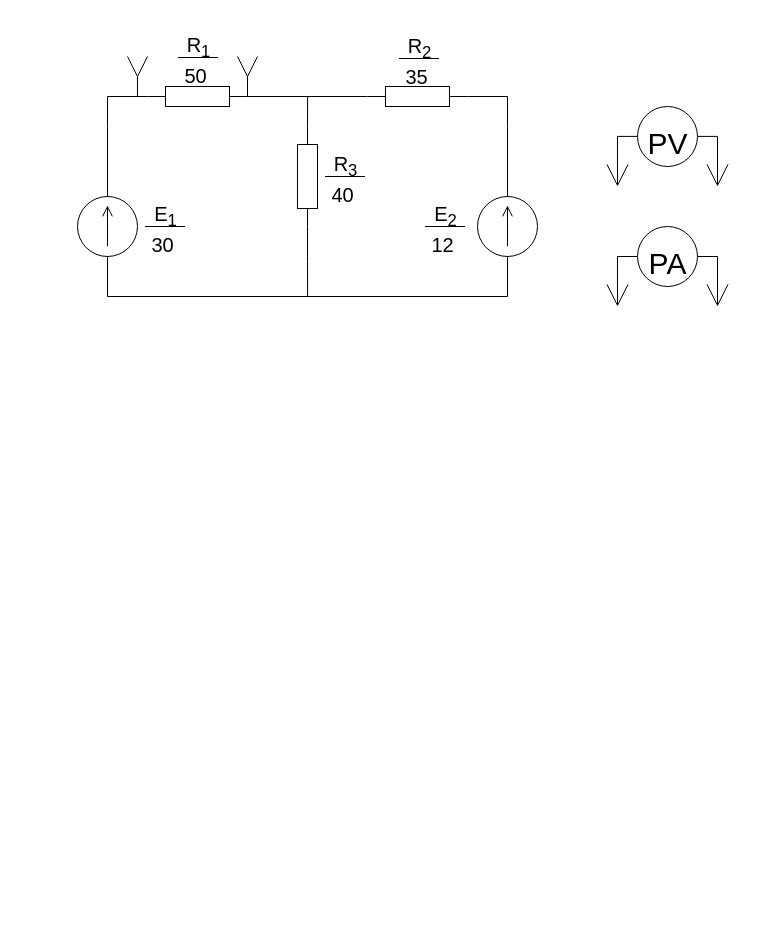
This is Untitled Diagram.drawio from timaracov/electrical-engineering, a draw.io file, before an edit. Source tidied: cells renumbered, new cells numbered last; positions are measured from the earlier drawing's top-left corner, leaving out a move shared by most shapes. Both pictures are drawn from the tidied source at 100%, with x=0, y=0 at pixel (77, 17).
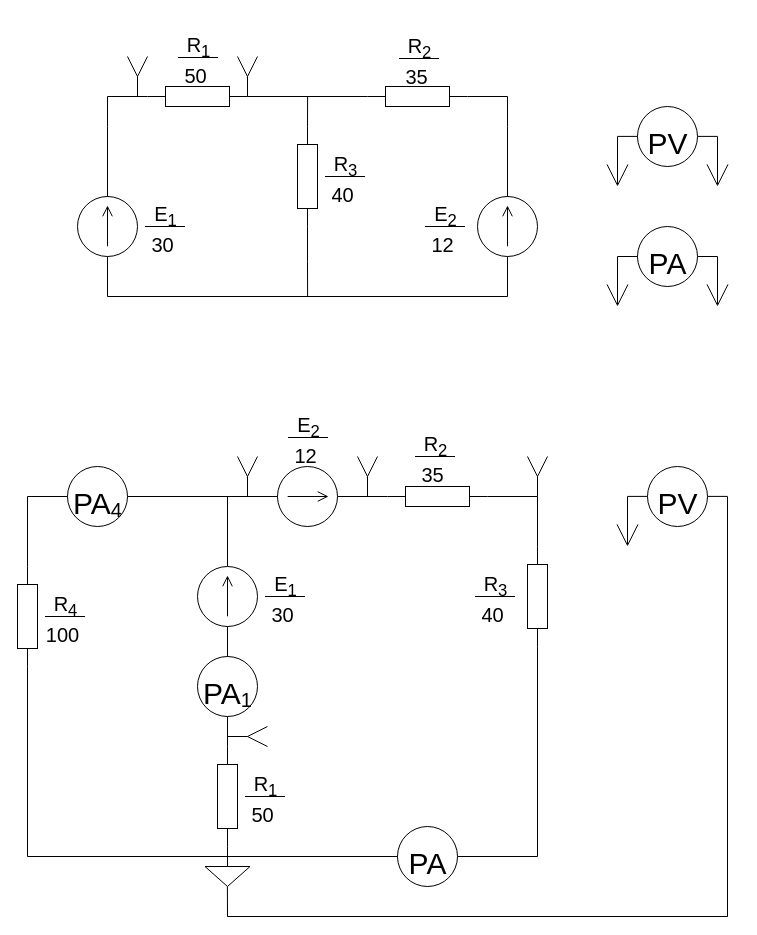
The same page after the edit.

Diff of the diagram source:
```diff
@@
+    <mxCell id="58" style="edgeStyle=orthogonalEdgeStyle;rounded=0;jettySize=auto;html=1;exitX=1;exitY=0.5;exitDx=0;exitDy=0;exitPerimeter=0;entryX=0;entryY=0.5;entryDx=0;entryDy=0;fontSize=20;endArrow=none;endFill=0;" parent="1" edge="1" source="60" target="76">
+      <mxGeometry relative="1" as="geometry" />
+    </mxCell>
+    <mxCell id="59" style="edgeStyle=orthogonalEdgeStyle;rounded=0;jettySize=auto;html=1;exitX=0;exitY=0.5;exitDx=0;exitDy=0;exitPerimeter=0;entryX=0;entryY=0.5;entryDx=0;entryDy=0;fontSize=20;endArrow=none;endFill=0;" parent="1" edge="1" source="60" target="74">
+      <mxGeometry relative="1" as="geometry" />
+    </mxCell>
+    <mxCell id="60" style="verticalLabelPosition=bottom;shadow=0;dashed=0;align=center;html=1;verticalAlign=top;shape=mxgraph.electrical.resistors.resistor_1;fillColor=none;rotation=90;" parent="1" vertex="1">
+      <mxGeometry x="-100" y="589" width="100" height="20" as="geometry" />
+    </mxCell>
+    <mxCell id="61" style="verticalLabelPosition=bottom;shadow=0;dashed=0;align=center;html=1;verticalAlign=top;shape=mxgraph.electrical.resistors.resistor_1;fillColor=none;rotation=90;" parent="1" vertex="1">
+      <mxGeometry x="410" y="569" width="100" height="20" as="geometry" />
+    </mxCell>
+    <mxCell id="62" style="edgeStyle=orthogonalEdgeStyle;rounded=0;jettySize=auto;html=1;exitX=1;exitY=0.5;exitDx=0;exitDy=0;exitPerimeter=0;entryX=0;entryY=0.5;entryDx=0;entryDy=0;entryPerimeter=0;fontSize=20;endArrow=none;endFill=0;" parent="1" edge="1" source="63" target="61">
+      <mxGeometry relative="1" as="geometry">
+        <Array as="points">
+          <mxPoint x="460" y="479" />
+          <mxPoint x="460" y="529" />
+        </Array>
+      </mxGeometry>
+    </mxCell>
+    <mxCell id="63" style="verticalLabelPosition=bottom;shadow=0;dashed=0;align=center;html=1;verticalAlign=top;shape=mxgraph.electrical.resistors.resistor_1;fillColor=none;rotation=0;" parent="1" vertex="1">
+      <mxGeometry x="310" y="469" width="100" height="20" as="geometry" />
+    </mxCell>
+    <mxCell id="64" style="edgeStyle=orthogonalEdgeStyle;rounded=0;jettySize=auto;html=1;exitX=1;exitY=0.5;exitDx=0;exitDy=0;exitPerimeter=0;fontSize=20;endArrow=none;endFill=0;" parent="1" edge="1" source="65">
+      <mxGeometry relative="1" as="geometry">
+        <mxPoint x="150" y="839" as="targetPoint" />
+      </mxGeometry>
+    </mxCell>
+    <mxCell id="65" style="verticalLabelPosition=bottom;shadow=0;dashed=0;align=center;html=1;verticalAlign=top;shape=mxgraph.electrical.resistors.resistor_1;fillColor=none;rotation=90;" parent="1" vertex="1">
+      <mxGeometry x="100" y="769" width="100" height="20" as="geometry" />
+    </mxCell>
+    <mxCell id="66" style="edgeStyle=orthogonalEdgeStyle;rounded=0;jettySize=auto;html=1;exitX=1;exitY=0.5;exitDx=0;exitDy=0;exitPerimeter=0;entryX=0;entryY=0.5;entryDx=0;entryDy=0;entryPerimeter=0;fontSize=20;endArrow=none;endFill=0;" parent="1" edge="1" source="67" target="63">
+      <mxGeometry relative="1" as="geometry" />
+    </mxCell>
+    <mxCell id="67" style="verticalLabelPosition=bottom;shadow=0;dashed=0;align=center;html=1;verticalAlign=top;shape=mxgraph.electrical.signal_sources.source;points=[[0.5,0,0],[1,0.5,0],[0.5,1,0],[0,0.5,0]];elSignalType=dc1;fillColor=none;rotation=0;" parent="1" vertex="1">
+      <mxGeometry x="200" y="449" width="60" height="60" as="geometry" />
+    </mxCell>
+    <mxCell id="68" style="edgeStyle=orthogonalEdgeStyle;rounded=0;jettySize=auto;html=1;exitX=0;exitY=0.5;exitDx=0;exitDy=0;exitPerimeter=0;fontSize=20;endArrow=none;endFill=0;" parent="1" edge="1" source="70" target="72">
+      <mxGeometry relative="1" as="geometry" />
+    </mxCell>
+    <mxCell id="69" style="edgeStyle=orthogonalEdgeStyle;rounded=0;jettySize=auto;html=1;exitX=1;exitY=0.5;exitDx=0;exitDy=0;exitPerimeter=0;fontSize=20;endArrow=none;endFill=0;" parent="1" edge="1" source="70">
+      <mxGeometry relative="1" as="geometry">
+        <mxPoint x="150" y="479" as="targetPoint" />
+      </mxGeometry>
+    </mxCell>
+    <mxCell id="70" style="verticalLabelPosition=bottom;shadow=0;dashed=0;align=center;html=1;verticalAlign=top;shape=mxgraph.electrical.signal_sources.source;points=[[0.5,0,0],[1,0.5,0],[0.5,1,0],[0,0.5,0]];elSignalType=dc1;fillColor=none;rotation=-90;" parent="1" vertex="1">
+      <mxGeometry x="120" y="549" width="60" height="60" as="geometry" />
+    </mxCell>
+    <mxCell id="71" style="edgeStyle=orthogonalEdgeStyle;rounded=0;jettySize=auto;html=1;exitX=0.5;exitY=1;exitDx=0;exitDy=0;entryX=0;entryY=0.5;entryDx=0;entryDy=0;entryPerimeter=0;fontSize=20;endArrow=none;endFill=0;" parent="1" edge="1" source="72" target="65">
+      <mxGeometry relative="1" as="geometry" />
+    </mxCell>
+    <mxCell id="72" value="&lt;font style=&quot;font-size: 30px;&quot;&gt;PA&lt;/font&gt;&lt;font size=&quot;1&quot;&gt;&lt;sub style=&quot;font-size: 20px;&quot;&gt;1&lt;/sub&gt;&lt;/font&gt;" style="verticalLabelPosition=middle;shadow=0;dashed=0;align=center;html=1;verticalAlign=middle;strokeWidth=1;shape=ellipse;fontSize=50;fillColor=none;" parent="1" vertex="1">
+      <mxGeometry x="120" y="639" width="60" height="60" as="geometry" />
+    </mxCell>
+    <mxCell id="73" style="edgeStyle=orthogonalEdgeStyle;rounded=0;jettySize=auto;html=1;exitX=1;exitY=0.5;exitDx=0;exitDy=0;entryX=0;entryY=0.5;entryDx=0;entryDy=0;entryPerimeter=0;fontSize=20;endArrow=none;endFill=0;" parent="1" edge="1" source="74" target="67">
+      <mxGeometry relative="1" as="geometry" />
+    </mxCell>
+    <mxCell id="74" value="&lt;font style=&quot;font-size: 30px;&quot;&gt;PA&lt;/font&gt;&lt;font size=&quot;1&quot;&gt;&lt;sub style=&quot;font-size: 20px;&quot;&gt;4&lt;/sub&gt;&lt;/font&gt;" style="verticalLabelPosition=middle;shadow=0;dashed=0;align=center;html=1;verticalAlign=middle;strokeWidth=1;shape=ellipse;fontSize=50;fillColor=none;" parent="1" vertex="1">
+      <mxGeometry x="-10" y="449" width="60" height="60" as="geometry" />
+    </mxCell>
+    <mxCell id="75" style="edgeStyle=orthogonalEdgeStyle;rounded=0;jettySize=auto;html=1;exitX=1;exitY=0.5;exitDx=0;exitDy=0;entryX=1;entryY=0.5;entryDx=0;entryDy=0;entryPerimeter=0;fontSize=20;endArrow=none;endFill=0;" parent="1" edge="1" source="76" target="61">
+      <mxGeometry relative="1" as="geometry">
+        <Array as="points">
+          <mxPoint x="460" y="839" />
+          <mxPoint x="460" y="629" />
+        </Array>
+      </mxGeometry>
+    </mxCell>
+    <mxCell id="76" value="&lt;font style=&quot;font-size: 30px;&quot;&gt;PA&lt;/font&gt;" style="verticalLabelPosition=middle;shadow=0;dashed=0;align=center;html=1;verticalAlign=middle;strokeWidth=1;shape=ellipse;fontSize=50;fillColor=none;" parent="1" vertex="1">
+      <mxGeometry x="320" y="809" width="60" height="60" as="geometry" />
+    </mxCell>
+    <mxCell id="77" style="verticalLabelPosition=bottom;shadow=0;dashed=0;align=center;html=1;verticalAlign=top;shape=mxgraph.electrical.signal_sources.signal_ground;fontSize=20;fillColor=none;" parent="1" vertex="1">
+      <mxGeometry x="127.5" y="839" width="45" height="30" as="geometry" />
+    </mxCell>
+    <mxCell id="78" style="group;rotation=90;" parent="1" vertex="1">
+      <mxGeometry x="160" y="699" width="20" height="40" as="geometry" />
+    </mxCell>
+    <mxCell id="79" style="endArrow=none;html=1;rounded=0;" parent="78" edge="1">
+      <mxGeometry relative="1" as="geometry">
+        <mxPoint x="10" y="20" as="sourcePoint" />
+        <mxPoint x="30" y="30" as="targetPoint" />
+      </mxGeometry>
+    </mxCell>
+    <mxCell id="80" style="endArrow=none;html=1;rounded=0;" parent="78" edge="1">
+      <mxGeometry relative="1" as="geometry">
+        <mxPoint x="30" y="10" as="sourcePoint" />
+        <mxPoint x="10" y="20" as="targetPoint" />
+      </mxGeometry>
+    </mxCell>
+    <mxCell id="81" style="endArrow=none;html=1;rounded=0;" parent="78" edge="1">
+      <mxGeometry relative="1" as="geometry">
+        <mxPoint x="-10" y="20" as="sourcePoint" />
+        <mxPoint x="10" y="20" as="targetPoint" />
+      </mxGeometry>
+    </mxCell>
+    <mxCell id="82" style="group;" parent="1" vertex="1">
+      <mxGeometry x="280" y="439" width="20" height="40" as="geometry" />
+    </mxCell>
+    <mxCell id="83" style="endArrow=none;html=1;rounded=0;" parent="82" edge="1">
+      <mxGeometry relative="1" as="geometry">
+        <mxPoint x="10" y="20" as="sourcePoint" />
+        <mxPoint x="20" as="targetPoint" />
+      </mxGeometry>
+    </mxCell>
+    <mxCell id="84" style="endArrow=none;html=1;rounded=0;" parent="82" edge="1">
+      <mxGeometry relative="1" as="geometry">
+        <mxPoint as="sourcePoint" />
+        <mxPoint x="10" y="20" as="targetPoint" />
+      </mxGeometry>
+    </mxCell>
+    <mxCell id="85" style="endArrow=none;html=1;rounded=0;" parent="82" edge="1">
+      <mxGeometry relative="1" as="geometry">
+        <mxPoint x="10" y="40" as="sourcePoint" />
+        <mxPoint x="10" y="20" as="targetPoint" />
+      </mxGeometry>
+    </mxCell>
+    <mxCell id="86" style="group;" parent="1" vertex="1">
+      <mxGeometry x="450" y="439" width="20" height="40" as="geometry" />
+    </mxCell>
+    <mxCell id="87" style="endArrow=none;html=1;rounded=0;" parent="86" edge="1">
+      <mxGeometry relative="1" as="geometry">
+        <mxPoint x="10" y="20" as="sourcePoint" />
+        <mxPoint x="20" as="targetPoint" />
+      </mxGeometry>
+    </mxCell>
+    <mxCell id="88" style="endArrow=none;html=1;rounded=0;" parent="86" edge="1">
+      <mxGeometry relative="1" as="geometry">
+        <mxPoint as="sourcePoint" />
+        <mxPoint x="10" y="20" as="targetPoint" />
+      </mxGeometry>
+    </mxCell>
+    <mxCell id="89" style="endArrow=none;html=1;rounded=0;" parent="86" edge="1">
+      <mxGeometry relative="1" as="geometry">
+        <mxPoint x="10" y="40" as="sourcePoint" />
+        <mxPoint x="10" y="20" as="targetPoint" />
+      </mxGeometry>
+    </mxCell>
+    <mxCell id="90" style="group;" parent="1" vertex="1">
+      <mxGeometry x="550" y="449" width="100" height="80" as="geometry" />
+    </mxCell>
+    <mxCell id="91" style="endArrow=open;html=1;strokeWidth=1;endFill=0;endSize=20;rounded=0;" parent="90" edge="1">
+      <mxGeometry relative="1" as="geometry">
+        <mxPoint y="30" as="sourcePoint" />
+        <mxPoint y="80" as="targetPoint" />
+      </mxGeometry>
+    </mxCell>
+    <mxCell id="92" value="&lt;font style=&quot;font-size: 30px;&quot;&gt;PV&lt;/font&gt;" style="verticalLabelPosition=middle;shadow=0;dashed=0;align=center;html=1;verticalAlign=middle;strokeWidth=1;shape=ellipse;fontSize=50;fillColor=none;" parent="90" vertex="1">
+      <mxGeometry x="20" width="60" height="60" as="geometry" />
+    </mxCell>
+    <mxCell id="93" style="endArrow=none;html=1;rounded=0;fontSize=30;entryX=0;entryY=0.5;entryDx=0;entryDy=0;" parent="90" edge="1">
+      <mxGeometry relative="1" as="geometry">
+        <mxPoint y="29.9" as="sourcePoint" />
+        <mxPoint x="20" y="29.9" as="targetPoint" />
+      </mxGeometry>
+    </mxCell>
+    <mxCell id="94" style="endArrow=none;html=1;rounded=0;fontSize=30;entryX=0;entryY=0.5;entryDx=0;entryDy=0;" parent="90" edge="1">
+      <mxGeometry relative="1" as="geometry">
+        <mxPoint x="80" y="29.9" as="sourcePoint" />
+        <mxPoint x="100" y="29.9" as="targetPoint" />
+      </mxGeometry>
+    </mxCell>
+    <mxCell id="95" style="endArrow=none;html=1;rounded=0;fontSize=30;" parent="1" edge="1">
+      <mxGeometry relative="1" as="geometry">
+        <mxPoint x="650" y="479" as="sourcePoint" />
+        <mxPoint x="650" y="899.2" as="targetPoint" />
+      </mxGeometry>
+    </mxCell>
+    <mxCell id="96" style="endArrow=none;html=1;rounded=0;fontSize=30;entryX=0;entryY=0.5;entryDx=0;entryDy=0;" parent="1" edge="1">
+      <mxGeometry relative="1" as="geometry">
+        <mxPoint x="149.8" y="899" as="sourcePoint" />
+        <mxPoint x="650" y="899" as="targetPoint" />
+      </mxGeometry>
+    </mxCell>
+    <mxCell id="97" style="endArrow=none;html=1;rounded=0;fontSize=30;" parent="1" edge="1">
+      <mxGeometry relative="1" as="geometry">
+        <mxPoint x="149.9" y="869" as="sourcePoint" />
+        <mxPoint x="150" y="899" as="targetPoint" />
+      </mxGeometry>
+    </mxCell>
+    <mxCell id="98" style="group;" parent="1" vertex="1">
+      <mxGeometry x="160" y="439" width="20" height="40" as="geometry" />
+    </mxCell>
+    <mxCell id="99" style="endArrow=none;html=1;rounded=0;" parent="98" edge="1">
+      <mxGeometry relative="1" as="geometry">
+        <mxPoint x="10" y="20" as="sourcePoint" />
+        <mxPoint x="20" as="targetPoint" />
+      </mxGeometry>
+    </mxCell>
+    <mxCell id="100" style="endArrow=none;html=1;rounded=0;" parent="98" edge="1">
+      <mxGeometry relative="1" as="geometry">
+        <mxPoint as="sourcePoint" />
+        <mxPoint x="10" y="20" as="targetPoint" />
+      </mxGeometry>
+    </mxCell>
+    <mxCell id="101" style="endArrow=none;html=1;rounded=0;" parent="98" edge="1">
+      <mxGeometry relative="1" as="geometry">
+        <mxPoint x="10" y="40" as="sourcePoint" />
+        <mxPoint x="10" y="20" as="targetPoint" />
+      </mxGeometry>
+    </mxCell>
+    <mxCell id="102" style="group;" parent="1" vertex="1">
+      <mxGeometry x="160" y="739" width="57.5" height="80" as="geometry" />
+    </mxCell>
+    <mxCell id="103" style="group;" parent="102" vertex="1">
+      <mxGeometry x="2.5" width="55" height="80" as="geometry" />
+    </mxCell>
+    <mxCell id="104" value="&lt;font style=&quot;font-size: 20px;&quot;&gt;R&lt;sub&gt;1&lt;/sub&gt;&lt;/font&gt;" style="text;html=1;align=center;verticalAlign=middle;strokeColor=none;fillColor=none;fontSize=30;" parent="103" vertex="1">
+      <mxGeometry width="50" height="50" as="geometry" />
+    </mxCell>
+    <mxCell id="105" style="endArrow=none;html=1;rounded=0;fontSize=20;" parent="103" edge="1">
+      <mxGeometry relative="1" as="geometry">
+        <mxPoint x="5" y="40" as="sourcePoint" />
+        <mxPoint x="45" y="40" as="targetPoint" />
+      </mxGeometry>
+    </mxCell>
+    <mxCell id="106" value="&lt;font style=&quot;font-size: 20px;&quot;&gt;50&lt;/font&gt;" style="text;html=1;align=center;verticalAlign=middle;strokeColor=none;fillColor=none;fontSize=30;" parent="102" vertex="1">
+      <mxGeometry y="30" width="50" height="50" as="geometry" />
+    </mxCell>
+    <mxCell id="107" style="group;" parent="1" vertex="1">
+      <mxGeometry x="330" y="399" width="57.5" height="80" as="geometry" />
+    </mxCell>
+    <mxCell id="108" style="group;" parent="107" vertex="1">
+      <mxGeometry x="2.5" width="55" height="80" as="geometry" />
+    </mxCell>
+    <mxCell id="109" value="&lt;font style=&quot;font-size: 20px;&quot;&gt;R&lt;sub&gt;2&lt;/sub&gt;&lt;/font&gt;" style="text;html=1;align=center;verticalAlign=middle;strokeColor=none;fillColor=none;fontSize=30;" parent="108" vertex="1">
+      <mxGeometry width="50" height="50" as="geometry" />
+    </mxCell>
+    <mxCell id="110" style="endArrow=none;html=1;rounded=0;fontSize=20;" parent="108" edge="1">
+      <mxGeometry relative="1" as="geometry">
+        <mxPoint x="5" y="40" as="sourcePoint" />
+        <mxPoint x="45" y="40" as="targetPoint" />
+      </mxGeometry>
+    </mxCell>
+    <mxCell id="111" value="&lt;font style=&quot;font-size: 20px;&quot;&gt;35&lt;/font&gt;" style="text;html=1;align=center;verticalAlign=middle;strokeColor=none;fillColor=none;fontSize=30;" parent="107" vertex="1">
+      <mxGeometry y="30" width="50" height="50" as="geometry" />
+    </mxCell>
+    <mxCell id="112" style="group;" parent="1" vertex="1">
+      <mxGeometry x="-40" y="559" width="57.5" height="80" as="geometry" />
+    </mxCell>
+    <mxCell id="113" style="group;" parent="112" vertex="1">
+      <mxGeometry x="2.5" width="55" height="80" as="geometry" />
+    </mxCell>
+    <mxCell id="114" value="&lt;font style=&quot;font-size: 20px;&quot;&gt;R&lt;sub&gt;4&lt;/sub&gt;&lt;/font&gt;" style="text;html=1;align=center;verticalAlign=middle;strokeColor=none;fillColor=none;fontSize=30;" parent="113" vertex="1">
+      <mxGeometry width="50" height="50" as="geometry" />
+    </mxCell>
+    <mxCell id="115" style="endArrow=none;html=1;rounded=0;fontSize=20;" parent="113" edge="1">
+      <mxGeometry relative="1" as="geometry">
+        <mxPoint x="5" y="40" as="sourcePoint" />
+        <mxPoint x="45" y="40" as="targetPoint" />
+      </mxGeometry>
+    </mxCell>
+    <mxCell id="116" value="&lt;font style=&quot;font-size: 20px;&quot;&gt;100&lt;/font&gt;" style="text;html=1;align=center;verticalAlign=middle;strokeColor=none;fillColor=none;fontSize=30;" parent="112" vertex="1">
+      <mxGeometry x="-5" y="30" width="60" height="50" as="geometry" />
+    </mxCell>
+    <mxCell id="117" style="group;" parent="1" vertex="1">
+      <mxGeometry x="390" y="539" width="57.5" height="80" as="geometry" />
+    </mxCell>
+    <mxCell id="118" style="group;" parent="117" vertex="1">
+      <mxGeometry x="2.5" width="55" height="80" as="geometry" />
+    </mxCell>
+    <mxCell id="119" value="&lt;font style=&quot;font-size: 20px;&quot;&gt;R&lt;sub&gt;3&lt;/sub&gt;&lt;/font&gt;" style="text;html=1;align=center;verticalAlign=middle;strokeColor=none;fillColor=none;fontSize=30;" parent="118" vertex="1">
+      <mxGeometry width="50" height="50" as="geometry" />
+    </mxCell>
+    <mxCell id="120" style="endArrow=none;html=1;rounded=0;fontSize=20;" parent="118" edge="1">
+      <mxGeometry relative="1" as="geometry">
+        <mxPoint x="5" y="40" as="sourcePoint" />
+        <mxPoint x="45" y="40" as="targetPoint" />
+      </mxGeometry>
+    </mxCell>
+    <mxCell id="121" value="&lt;font style=&quot;font-size: 20px;&quot;&gt;40&lt;/font&gt;" style="text;html=1;align=center;verticalAlign=middle;strokeColor=none;fillColor=none;fontSize=30;" parent="117" vertex="1">
+      <mxGeometry y="30" width="50" height="50" as="geometry" />
+    </mxCell>
+    <mxCell id="122" style="group;" parent="1" vertex="1">
+      <mxGeometry x="180" y="539" width="57.5" height="80" as="geometry" />
+    </mxCell>
+    <mxCell id="123" style="group;" parent="122" vertex="1">
+      <mxGeometry x="2.5" width="55" height="80" as="geometry" />
+    </mxCell>
+    <mxCell id="124" value="&lt;font style=&quot;font-size: 20px;&quot;&gt;E&lt;sub&gt;1&lt;/sub&gt;&lt;/font&gt;" style="text;html=1;align=center;verticalAlign=middle;strokeColor=none;fillColor=none;fontSize=30;" parent="123" vertex="1">
+      <mxGeometry width="50" height="50" as="geometry" />
+    </mxCell>
+    <mxCell id="125" style="endArrow=none;html=1;rounded=0;fontSize=20;" parent="123" edge="1">
+      <mxGeometry relative="1" as="geometry">
+        <mxPoint x="5" y="40" as="sourcePoint" />
+        <mxPoint x="45" y="40" as="targetPoint" />
+      </mxGeometry>
+    </mxCell>
+    <mxCell id="126" value="&lt;font style=&quot;font-size: 20px;&quot;&gt;30&lt;/font&gt;" style="text;html=1;align=center;verticalAlign=middle;strokeColor=none;fillColor=none;fontSize=30;" parent="122" vertex="1">
+      <mxGeometry y="30" width="50" height="50" as="geometry" />
+    </mxCell>
+    <mxCell id="127" style="group;" parent="1" vertex="1">
+      <mxGeometry x="203" y="380" width="57.5" height="80" as="geometry" />
+    </mxCell>
+    <mxCell id="128" style="group;" parent="127" vertex="1">
+      <mxGeometry x="2.5" width="55" height="80" as="geometry" />
+    </mxCell>
+    <mxCell id="129" value="&lt;font style=&quot;font-size: 20px;&quot;&gt;E&lt;sub&gt;2&lt;/sub&gt;&lt;/font&gt;" style="text;html=1;align=center;verticalAlign=middle;strokeColor=none;fillColor=none;fontSize=30;" parent="128" vertex="1">
+      <mxGeometry width="50" height="50" as="geometry" />
+    </mxCell>
+    <mxCell id="130" style="endArrow=none;html=1;rounded=0;fontSize=20;" parent="128" edge="1">
+      <mxGeometry relative="1" as="geometry">
+        <mxPoint x="5" y="40" as="sourcePoint" />
+        <mxPoint x="45" y="40" as="targetPoint" />
+      </mxGeometry>
+    </mxCell>
+    <mxCell id="131" value="&lt;font style=&quot;font-size: 20px;&quot;&gt;12&lt;/font&gt;" style="text;html=1;align=center;verticalAlign=middle;strokeColor=none;fillColor=none;fontSize=30;" parent="127" vertex="1">
+      <mxGeometry y="30" width="50" height="50" as="geometry" />
+    </mxCell>
```
